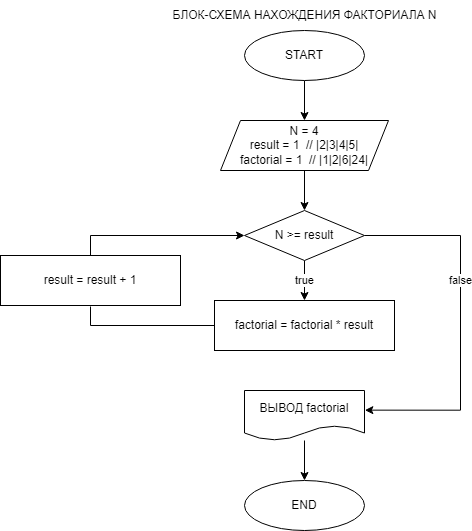
Earlier version of the draw.io export 1/БЛОК-СХЕМА НАХОЖДЕНИЯ ФАКТОРИАЛА N.png (alex-207/dz). Source tidied: cells renumbered, new cells last; positions are measured from the earlier drawing's top-left corner, leaving out a move shared by most shapes.
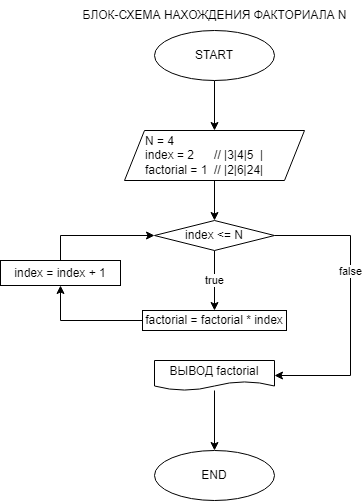
Above is the later version.

The edit, as a diff of the source:
```diff
@@ -14,53 +14,47 @@
     <mxCell id="5" style="edgeStyle=orthogonalEdgeStyle;rounded=0;jettySize=auto;html=1;" parent="1" edge="1" source="6" target="9">
       <mxGeometry relative="1" as="geometry" />
     </mxCell>
-    <mxCell id="6" value="N = 4&lt;br&gt;result = 1&amp;nbsp; // |2|3|4|5|&lt;br&gt;factorial = 1&amp;nbsp; // |1|2|6|24|" style="shape=parallelogram;perimeter=parallelogramPerimeter;whiteSpace=wrap;html=1;fixedSize=1;" parent="1" vertex="1">
-      <mxGeometry x="220" y="120" width="168" height="50" as="geometry" />
+    <mxCell id="6" value="N = 4&lt;br&gt;index = 2&amp;nbsp; &amp;nbsp; &amp;nbsp; // |3|4|5&amp;nbsp; |&lt;br&gt;factorial = 1&amp;nbsp; // |2|6|24|" style="shape=parallelogram;perimeter=parallelogramPerimeter;whiteSpace=wrap;html=1;fixedSize=1;align=left;spacingLeft=19;" parent="1" vertex="1">
+      <mxGeometry x="214" y="130" width="180" height="50" as="geometry" />
     </mxCell>
     <mxCell id="7" value="true" style="edgeStyle=orthogonalEdgeStyle;rounded=0;jettySize=auto;html=1;" parent="1" edge="1" source="9" target="14">
       <mxGeometry relative="1" as="geometry" />
     </mxCell>
-    <mxCell id="8" value="false" style="edgeStyle=orthogonalEdgeStyle;rounded=0;jettySize=auto;html=1;entryX=1.003;entryY=0.393;entryDx=0;entryDy=0;entryPerimeter=0;" parent="1" edge="1" source="9" target="11">
+    <mxCell id="8" value="false" style="edgeStyle=orthogonalEdgeStyle;rounded=0;jettySize=auto;html=1;" parent="1" edge="1" source="9" target="11">
       <mxGeometry x="-0.23" relative="1" as="geometry">
         <Array as="points">
-          <mxPoint x="460" y="235" />
-          <mxPoint x="460" y="410" />
+          <mxPoint x="440" y="235" />
+          <mxPoint x="440" y="375" />
         </Array>
       </mxGeometry>
     </mxCell>
-    <mxCell id="9" value="N &amp;gt;= result" style="rhombus;whiteSpace=wrap;html=1;" parent="1" vertex="1">
-      <mxGeometry x="244" y="210" width="120" height="50" as="geometry" />
+    <mxCell id="9" value="index &amp;lt;= N" style="rhombus;whiteSpace=wrap;html=1;" parent="1" vertex="1">
+      <mxGeometry x="244" y="220" width="120" height="30" as="geometry" />
     </mxCell>
     <mxCell id="10" style="edgeStyle=orthogonalEdgeStyle;rounded=0;jettySize=auto;html=1;" parent="1" edge="1" source="11" target="12">
       <mxGeometry relative="1" as="geometry" />
     </mxCell>
     <mxCell id="11" value="ВЫВОД factorial" style="shape=document;whiteSpace=wrap;html=1;boundedLbl=1;" parent="1" vertex="1">
-      <mxGeometry x="244" y="390" width="120" height="50" as="geometry" />
+      <mxGeometry x="244" y="360" width="120" height="30" as="geometry" />
     </mxCell>
     <mxCell id="12" value="END" style="ellipse;whiteSpace=wrap;html=1;" parent="1" vertex="1">
-      <mxGeometry x="244" y="480" width="120" height="50" as="geometry" />
+      <mxGeometry x="244" y="450" width="120" height="50" as="geometry" />
     </mxCell>
-    <mxCell id="13" style="edgeStyle=orthogonalEdgeStyle;rounded=0;jettySize=auto;html=1;entryX=0;entryY=0.5;entryDx=0;entryDy=0;startArrow=none;" parent="1" edge="1" target="9">
-      <mxGeometry relative="1" as="geometry">
-        <mxPoint x="90" y="256" as="sourcePoint" />
-        <Array as="points">
-          <mxPoint x="90" y="235" />
-        </Array>
-      </mxGeometry>
-    </mxCell>
+    <mxCell id="17" style="edgeStyle=orthogonalEdgeStyle;rounded=0;jettySize=auto;html=1;" parent="1" edge="1" source="14" target="16">
+      <mxGeometry relative="1" as="geometry" />
+    </mxCell>
-    <mxCell id="14" value="factorial&amp;nbsp;= factorial * result" style="rounded=0;whiteSpace=wrap;html=1;" parent="1" vertex="1">
-      <mxGeometry x="214" y="300" width="180" height="50" as="geometry" />
+    <mxCell id="14" value="factorial&amp;nbsp;= factorial * index" style="rounded=0;whiteSpace=wrap;html=1;" parent="1" vertex="1">
+      <mxGeometry x="232" y="310" width="144" height="20" as="geometry" />
     </mxCell>
-    <mxCell id="15" style="edgeStyle=orthogonalEdgeStyle;rounded=0;jettySize=auto;html=1;endArrow=none;entryX=0.5;entryY=1;entryDx=0;entryDy=0;" parent="1" edge="1" source="14">
-      <mxGeometry relative="1" as="geometry">
-        <mxPoint x="90" y="306" as="targetPoint" />
-        <Array as="points">
-          <mxPoint x="90" y="325" />
-        </Array>
-      </mxGeometry>
-    </mxCell>
+    <mxCell id="18" style="edgeStyle=orthogonalEdgeStyle;rounded=0;jettySize=auto;html=1;entryX=0;entryY=0.5;entryDx=0;entryDy=0;" parent="1" edge="1" source="16" target="9">
+      <mxGeometry relative="1" as="geometry">
+        <Array as="points">
+          <mxPoint x="150" y="235" />
+        </Array>
+      </mxGeometry>
+    </mxCell>
-    <mxCell id="16" value="result = result + 1" style="rounded=0;whiteSpace=wrap;html=1;" parent="1" vertex="1">
-      <mxGeometry y="255" width="180" height="50" as="geometry" />
+    <mxCell id="16" value="index = index + 1" style="rounded=0;whiteSpace=wrap;html=1;" parent="1" vertex="1">
+      <mxGeometry x="90" y="260" width="120" height="25" as="geometry" />
     </mxCell>
   </root>
 </mxGraphModel>
```
